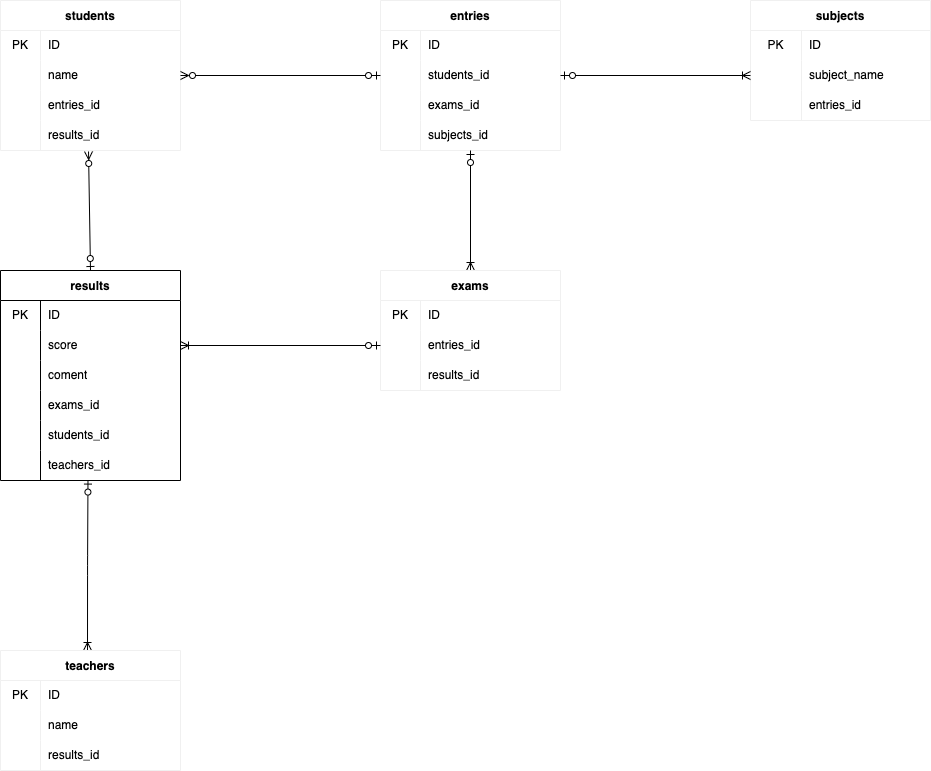
Earlier version of the draw.io export index.drawio.png (miharashiya/er-practice). Source tidied: cells renumbered, new cells last; positions are measured from the earlier drawing's top-left corner, leaving out a move shared by most shapes.
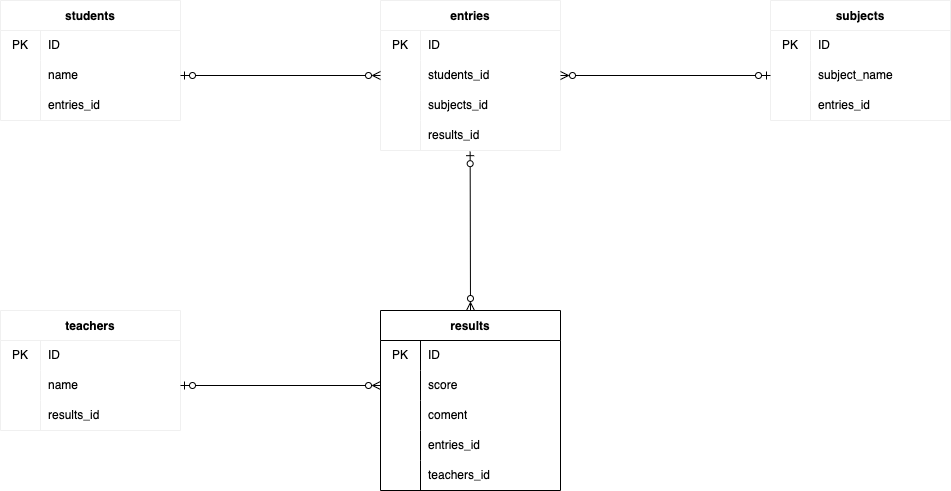
Later version of the same file.

Commit message:
リレーション、カーディナリティの修正

Change to the diagram source:
```diff
@@ -15,7 +15,7 @@
       </mxGeometry>
     </mxCell>
     <mxCell id="4" value="students" style="shape=table;startSize=30;rowLines=0;fontStyle=1;strokeColor=#F0F0F0;rounded=0;" parent="1" vertex="1">
-      <mxGeometry width="180" height="150" as="geometry" />
+      <mxGeometry width="180" height="120" as="geometry" />
     </mxCell>
     <mxCell id="5" style="shape=tableRow;horizontal=0;startSize=0;swimlaneHead=0;swimlaneBody=0;top=0;left=0;bottom=0;right=0;fillColor=none;strokeColor=#F0F0F0;rounded=0;swimlaneFillColor=default;" parent="4" vertex="1">
       <mxGeometry y="30" width="180" height="30" as="geometry" />
@@ -44,15 +44,6 @@
     <mxCell id="13" value="entries_id" style="shape=partialRectangle;html=1;whiteSpace=wrap;fillColor=none;top=0;left=0;bottom=0;right=0;align=left;spacingLeft=6;overflow=hidden;strokeColor=#F0F0F0;rounded=0;" parent="11" vertex="1">
       <mxGeometry x="40" width="140" height="30" as="geometry" />
     </mxCell>
-    <mxCell id="14" style="shape=tableRow;horizontal=0;startSize=0;swimlaneHead=0;swimlaneBody=0;top=0;left=0;bottom=0;right=0;fillColor=none;points=[[0,0.5],[1,0.5]];portConstraint=eastwest;strokeColor=#F0F0F0;rounded=0;" parent="4" vertex="1">
-      <mxGeometry y="120" width="180" height="30" as="geometry" />
-    </mxCell>
-    <mxCell id="15" style="shape=partialRectangle;html=1;whiteSpace=wrap;fillColor=none;top=0;left=0;bottom=0;right=0;overflow=hidden;strokeColor=#F0F0F0;rounded=0;" parent="14" vertex="1">
-      <mxGeometry width="40" height="30" as="geometry" />
-    </mxCell>
-    <mxCell id="16" value="results_id" style="shape=partialRectangle;html=1;whiteSpace=wrap;fillColor=none;top=0;left=0;bottom=0;right=0;align=left;spacingLeft=6;overflow=hidden;strokeColor=#F0F0F0;rounded=0;" parent="14" vertex="1">
-      <mxGeometry x="40" width="140" height="30" as="geometry" />
-    </mxCell>
     <mxCell id="17" value="entries" style="shape=table;startSize=30;rowLines=0;fontStyle=1;strokeColor=#F0F0F0;rounded=0;" parent="1" vertex="1">
       <mxGeometry x="380" width="180" height="150" as="geometry" />
     </mxCell>
@@ -74,94 +65,56 @@
     <mxCell id="23" value="students_id" style="shape=partialRectangle;html=1;whiteSpace=wrap;fillColor=none;top=0;left=0;bottom=0;right=0;align=left;spacingLeft=6;overflow=hidden;strokeColor=#F0F0F0;rounded=0;" parent="21" vertex="1">
       <mxGeometry x="40" width="140" height="30" as="geometry" />
     </mxCell>
-    <mxCell id="24" style="shape=tableRow;horizontal=0;startSize=0;swimlaneHead=0;swimlaneBody=0;top=0;left=0;bottom=0;right=0;fillColor=none;strokeColor=#F0F0F0;rounded=0;" parent="17" vertex="1">
-      <mxGeometry y="90" width="180" height="30" as="geometry" />
-    </mxCell>
-    <mxCell id="25" style="shape=partialRectangle;html=1;whiteSpace=wrap;fillColor=none;top=0;left=0;bottom=0;right=0;overflow=hidden;strokeColor=#F0F0F0;rounded=0;" parent="24" vertex="1">
-      <mxGeometry width="40" height="30" as="geometry" />
-    </mxCell>
-    <mxCell id="26" value="exams_id" style="shape=partialRectangle;html=1;whiteSpace=wrap;fillColor=none;top=0;left=0;bottom=0;right=0;align=left;spacingLeft=6;overflow=hidden;strokeColor=#F0F0F0;rounded=0;" parent="24" vertex="1">
-      <mxGeometry x="40" width="140" height="30" as="geometry" />
-    </mxCell>
-    <mxCell id="27" style="shape=tableRow;horizontal=0;startSize=0;swimlaneHead=0;swimlaneBody=0;top=0;left=0;bottom=0;right=0;fillColor=none;strokeColor=#F0F0F0;rounded=0;" parent="17" vertex="1">
-      <mxGeometry y="120" width="180" height="30" as="geometry" />
-    </mxCell>
-    <mxCell id="28" style="shape=partialRectangle;html=1;whiteSpace=wrap;fillColor=none;top=0;left=0;bottom=0;right=0;overflow=hidden;strokeColor=#F0F0F0;rounded=0;" parent="27" vertex="1">
-      <mxGeometry width="40" height="30" as="geometry" />
-    </mxCell>
+    <mxCell id="85" style="shape=tableRow;horizontal=0;startSize=0;swimlaneHead=0;swimlaneBody=0;top=0;left=0;bottom=0;right=0;fillColor=none;strokeColor=#F0F0F0;rounded=0;" parent="17" vertex="1">
+      <mxGeometry y="90" width="180" height="30" as="geometry" />
+    </mxCell>
+    <mxCell id="86" style="shape=partialRectangle;html=1;whiteSpace=wrap;fillColor=none;top=0;left=0;bottom=0;right=0;overflow=hidden;strokeColor=#F0F0F0;rounded=0;" parent="85" vertex="1">
+      <mxGeometry width="40" height="30" as="geometry" />
+    </mxCell>
-    <mxCell id="29" value="subjects_id" style="shape=partialRectangle;html=1;whiteSpace=wrap;fillColor=none;top=0;left=0;bottom=0;right=0;align=left;spacingLeft=6;overflow=hidden;strokeColor=#F0F0F0;rounded=0;" parent="27" vertex="1">
+    <mxCell id="29" value="subjects_id" style="shape=partialRectangle;html=1;whiteSpace=wrap;fillColor=none;top=0;left=0;bottom=0;right=0;align=left;spacingLeft=6;overflow=hidden;strokeColor=#F0F0F0;rounded=0;" parent="85" vertex="1">
       <mxGeometry x="40" width="140" height="30" as="geometry" />
     </mxCell>
+    <mxCell id="87" style="shape=tableRow;horizontal=0;startSize=0;swimlaneHead=0;swimlaneBody=0;top=0;left=0;bottom=0;right=0;fillColor=none;points=[[0,0.5],[1,0.5]];portConstraint=eastwest;strokeColor=#F0F0F0;rounded=0;" parent="17" vertex="1">
+      <mxGeometry y="120" width="180" height="30" as="geometry" />
+    </mxCell>
+    <mxCell id="88" style="shape=partialRectangle;html=1;whiteSpace=wrap;fillColor=none;top=0;left=0;bottom=0;right=0;overflow=hidden;strokeColor=#F0F0F0;rounded=0;" parent="87" vertex="1">
+      <mxGeometry width="40" height="30" as="geometry" />
+    </mxCell>
+    <mxCell id="89" value="results_id" style="shape=partialRectangle;html=1;whiteSpace=wrap;fillColor=none;top=0;left=0;bottom=0;right=0;align=left;spacingLeft=6;overflow=hidden;strokeColor=#F0F0F0;rounded=0;" parent="87" vertex="1">
+      <mxGeometry x="40" width="140" height="30" as="geometry" />
+    </mxCell>
     <mxCell id="30" value="subjects" style="shape=table;startSize=30;rowLines=0;fontStyle=1;strokeColor=#F0F0F0;rounded=0;" parent="1" vertex="1">
-      <mxGeometry x="750" width="180" height="120" as="geometry" />
+      <mxGeometry x="770" width="180" height="120" as="geometry" />
     </mxCell>
     <mxCell id="31" style="shape=tableRow;horizontal=0;startSize=0;swimlaneHead=0;swimlaneBody=0;top=0;left=0;bottom=0;right=0;fillColor=none;strokeColor=#F0F0F0;rounded=0;" parent="30" vertex="1">
       <mxGeometry y="30" width="180" height="30" as="geometry" />
     </mxCell>
     <mxCell id="32" value="PK" style="shape=partialRectangle;html=1;whiteSpace=wrap;fillColor=none;top=0;left=0;bottom=0;right=0;overflow=hidden;strokeColor=#F0F0F0;rounded=0;" parent="31" vertex="1">
-      <mxGeometry width="51" height="30" as="geometry" />
+      <mxGeometry width="40" height="30" as="geometry" />
     </mxCell>
     <mxCell id="33" value="ID" style="shape=partialRectangle;html=1;whiteSpace=wrap;fillColor=none;top=0;left=0;bottom=0;right=0;align=left;spacingLeft=6;overflow=hidden;strokeColor=#F0F0F0;rounded=0;" parent="31" vertex="1">
-      <mxGeometry x="51" width="129" height="30" as="geometry" />
+      <mxGeometry x="40" width="140" height="30" as="geometry" />
     </mxCell>
     <mxCell id="34" style="shape=tableRow;horizontal=0;startSize=0;swimlaneHead=0;swimlaneBody=0;top=0;left=0;bottom=0;right=0;fillColor=none;points=[[0,0.5],[1,0.5]];portConstraint=eastwest;strokeColor=#F0F0F0;rounded=0;" parent="30" vertex="1">
       <mxGeometry y="60" width="180" height="30" as="geometry" />
     </mxCell>
     <mxCell id="35" style="shape=partialRectangle;html=1;whiteSpace=wrap;fillColor=none;top=0;left=0;bottom=0;right=0;overflow=hidden;strokeColor=#F0F0F0;rounded=0;" parent="34" vertex="1">
-      <mxGeometry width="51" height="30" as="geometry" />
+      <mxGeometry width="40" height="30" as="geometry" />
     </mxCell>
     <mxCell id="36" value="subject_name" style="shape=partialRectangle;html=1;whiteSpace=wrap;fillColor=none;top=0;left=0;bottom=0;right=0;align=left;spacingLeft=6;overflow=hidden;strokeColor=#F0F0F0;rounded=0;" parent="34" vertex="1">
-      <mxGeometry x="51" width="129" height="30" as="geometry" />
+      <mxGeometry x="40" width="140" height="30" as="geometry" />
     </mxCell>
     <mxCell id="37" style="shape=tableRow;horizontal=0;startSize=0;swimlaneHead=0;swimlaneBody=0;top=0;left=0;bottom=0;right=0;fillColor=none;strokeColor=#F0F0F0;rounded=0;" parent="30" vertex="1">
       <mxGeometry y="90" width="180" height="30" as="geometry" />
     </mxCell>
     <mxCell id="38" style="shape=partialRectangle;html=1;whiteSpace=wrap;fillColor=none;top=0;left=0;bottom=0;right=0;overflow=hidden;strokeColor=#F0F0F0;rounded=0;" parent="37" vertex="1">
-      <mxGeometry width="51" height="30" as="geometry" />
+      <mxGeometry width="40" height="30" as="geometry" />
     </mxCell>
     <mxCell id="39" value="entries_id" style="shape=partialRectangle;html=1;whiteSpace=wrap;fillColor=none;top=0;left=0;bottom=0;right=0;align=left;spacingLeft=6;overflow=hidden;strokeColor=#F0F0F0;rounded=0;" parent="37" vertex="1">
-      <mxGeometry x="51" width="129" height="30" as="geometry" />
+      <mxGeometry x="40" width="140" height="30" as="geometry" />
     </mxCell>
-    <mxCell id="40" style="edgeStyle=none;html=1;exitX=0.5;exitY=0;exitDx=0;exitDy=0;entryX=0.5;entryY=1;entryDx=0;entryDy=0;startArrow=ERoneToMany;startFill=0;endArrow=ERzeroToOne;endFill=0;" parent="1" edge="1" source="41" target="17">
-      <mxGeometry relative="1" as="geometry" />
-    </mxCell>
-    <mxCell id="41" value="exams" style="shape=table;startSize=30;rowLines=0;fontStyle=1;strokeColor=#F0F0F0;rounded=0;" parent="1" vertex="1">
-      <mxGeometry x="380" y="270" width="180" height="120" as="geometry" />
-    </mxCell>
-    <mxCell id="42" style="shape=tableRow;horizontal=0;startSize=0;swimlaneHead=0;swimlaneBody=0;top=0;left=0;bottom=0;right=0;fillColor=none;strokeColor=#F0F0F0;rounded=0;" parent="41" vertex="1">
-      <mxGeometry y="30" width="180" height="30" as="geometry" />
-    </mxCell>
-    <mxCell id="43" value="PK" style="shape=partialRectangle;html=1;whiteSpace=wrap;fillColor=none;top=0;left=0;bottom=0;right=0;overflow=hidden;strokeColor=#F0F0F0;rounded=0;" parent="42" vertex="1">
-      <mxGeometry width="40" height="30" as="geometry" />
-    </mxCell>
-    <mxCell id="44" value="ID" style="shape=partialRectangle;html=1;whiteSpace=wrap;fillColor=none;top=0;left=0;bottom=0;right=0;align=left;spacingLeft=6;overflow=hidden;strokeColor=#F0F0F0;rounded=0;" parent="42" vertex="1">
-      <mxGeometry x="40" width="140" height="30" as="geometry" />
-    </mxCell>
-    <mxCell id="45" style="shape=tableRow;horizontal=0;startSize=0;swimlaneHead=0;swimlaneBody=0;top=0;left=0;bottom=0;right=0;fillColor=none;points=[[0,0.5],[1,0.5]];portConstraint=eastwest;strokeColor=#F0F0F0;rounded=0;" parent="41" vertex="1">
-      <mxGeometry y="60" width="180" height="30" as="geometry" />
-    </mxCell>
-    <mxCell id="46" style="shape=partialRectangle;html=1;whiteSpace=wrap;fillColor=none;top=0;left=0;bottom=0;right=0;overflow=hidden;strokeColor=#F0F0F0;rounded=0;" parent="45" vertex="1">
-      <mxGeometry width="40" height="30" as="geometry" />
-    </mxCell>
-    <mxCell id="47" value="entries_id" style="shape=partialRectangle;html=1;whiteSpace=wrap;fillColor=none;top=0;left=0;bottom=0;right=0;align=left;spacingLeft=6;overflow=hidden;strokeColor=#F0F0F0;rounded=0;" parent="45" vertex="1">
-      <mxGeometry x="40" width="140" height="30" as="geometry" />
-    </mxCell>
-    <mxCell id="48" style="shape=tableRow;horizontal=0;startSize=0;swimlaneHead=0;swimlaneBody=0;top=0;left=0;bottom=0;right=0;fillColor=none;strokeColor=#F0F0F0;rounded=0;" parent="41" vertex="1">
-      <mxGeometry y="90" width="180" height="30" as="geometry" />
-    </mxCell>
-    <mxCell id="49" style="shape=partialRectangle;html=1;whiteSpace=wrap;fillColor=none;top=0;left=0;bottom=0;right=0;overflow=hidden;strokeColor=#F0F0F0;rounded=0;" parent="48" vertex="1">
-      <mxGeometry width="40" height="30" as="geometry" />
-    </mxCell>
-    <mxCell id="50" value="results_id" style="shape=partialRectangle;html=1;whiteSpace=wrap;fillColor=none;top=0;left=0;bottom=0;right=0;align=left;spacingLeft=6;overflow=hidden;strokeColor=#F0F0F0;rounded=0;" parent="48" vertex="1">
-      <mxGeometry x="40" width="140" height="30" as="geometry" />
-    </mxCell>
-    <mxCell id="51" style="edgeStyle=orthogonalEdgeStyle;html=1;startArrow=ERoneToMany;startFill=0;endArrow=ERzeroToOne;endFill=0;entryX=0.486;entryY=0.986;entryDx=0;entryDy=0;entryPerimeter=0;" parent="1" edge="1" target="81">
-      <mxGeometry relative="1" as="geometry">
-        <mxPoint x="87" y="650" as="sourcePoint" />
-      </mxGeometry>
-    </mxCell>
     <mxCell id="52" value="teachers" style="shape=table;startSize=30;rowLines=0;fontStyle=1;strokeColor=#F0F0F0;rounded=0;" parent="1" vertex="1">
-      <mxGeometry y="650" width="180" height="120" as="geometry" />
+      <mxGeometry y="310" width="180" height="120" as="geometry" />
     </mxCell>
     <mxCell id="53" style="shape=tableRow;horizontal=0;startSize=0;swimlaneHead=0;swimlaneBody=0;top=0;left=0;bottom=0;right=0;fillColor=none;strokeColor=#F0F0F0;rounded=0;" parent="52" vertex="1">
       <mxGeometry y="30" width="180" height="30" as="geometry" />
@@ -190,19 +143,20 @@
     <mxCell id="61" value="results_id" style="shape=partialRectangle;html=1;whiteSpace=wrap;fillColor=none;top=0;left=0;bottom=0;right=0;align=left;spacingLeft=6;overflow=hidden;strokeColor=#F0F0F0;rounded=0;" parent="59" vertex="1">
       <mxGeometry x="40" width="140" height="30" as="geometry" />
     </mxCell>
-    <mxCell id="62" style="edgeStyle=none;html=1;exitX=0.5;exitY=0;exitDx=0;exitDy=0;entryX=0.489;entryY=1.033;entryDx=0;entryDy=0;entryPerimeter=0;startArrow=ERzeroToOne;startFill=0;endArrow=ERzeroToMany;endFill=0;" parent="1" edge="1" target="14">
-      <mxGeometry relative="1" as="geometry">
-        <mxPoint x="90" y="270" as="sourcePoint" />
-      </mxGeometry>
-    </mxCell>
-    <mxCell id="63" style="edgeStyle=none;html=1;exitX=1;exitY=0.5;exitDx=0;exitDy=0;entryX=0;entryY=0.5;entryDx=0;entryDy=0;startArrow=ERzeroToMany;startFill=0;endArrow=ERzeroToOne;endFill=0;" parent="1" edge="1" source="8" target="21">
+    <mxCell id="63" style="edgeStyle=none;html=1;exitX=1;exitY=0.5;exitDx=0;exitDy=0;entryX=0;entryY=0.5;entryDx=0;entryDy=0;startArrow=ERzeroToOne;startFill=0;endArrow=ERzeroToMany;endFill=0;" parent="1" edge="1" source="8" target="21">
       <mxGeometry relative="1" as="geometry" />
     </mxCell>
-    <mxCell id="64" style="edgeStyle=none;html=1;exitX=1;exitY=0.5;exitDx=0;exitDy=0;entryX=0;entryY=0.5;entryDx=0;entryDy=0;startArrow=ERzeroToOne;startFill=0;endArrow=ERoneToMany;endFill=0;" parent="1" edge="1" source="21" target="34">
+    <mxCell id="64" style="edgeStyle=none;html=1;exitX=1;exitY=0.5;exitDx=0;exitDy=0;entryX=0;entryY=0.5;entryDx=0;entryDy=0;startArrow=ERzeroToMany;startFill=0;endArrow=ERzeroToOne;endFill=0;" parent="1" edge="1" source="21" target="34">
       <mxGeometry relative="1" as="geometry" />
     </mxCell>
+    <mxCell id="90" style="edgeStyle=none;html=1;exitX=0.5;exitY=0;exitDx=0;exitDy=0;entryX=0.492;entryY=1.039;entryDx=0;entryDy=0;entryPerimeter=0;startArrow=ERzeroToMany;startFill=0;endArrow=ERzeroToOne;endFill=0;" parent="1" edge="1" source="65" target="x">
+      <mxGeometry relative="1" as="geometry" />
+    </mxCell>
+    <mxCell id="91" style="edgeStyle=none;html=1;exitX=0.5;exitY=0;exitDx=0;exitDy=0;entryX=0.498;entryY=1.039;entryDx=0;entryDy=0;entryPerimeter=0;startArrow=ERzeroToMany;startFill=0;endArrow=ERzeroToOne;endFill=0;" parent="1" edge="1" source="65" target="87">
+      <mxGeometry relative="1" as="geometry" />
+    </mxCell>
     <mxCell id="65" value="results" style="shape=table;startSize=30;rowLines=0;fontStyle=1;" parent="1" vertex="1">
-      <mxGeometry y="270" width="180" height="210" as="geometry" />
+      <mxGeometry x="380" y="310" width="180" height="180" as="geometry" />
     </mxCell>
     <mxCell id="66" style="shape=tableRow;horizontal=0;startSize=0;swimlaneHead=0;swimlaneBody=0;top=0;left=0;bottom=0;right=0;fillColor=none;" parent="65" vertex="1">
       <mxGeometry y="30" width="180" height="30" as="geometry" />
@@ -234,23 +188,14 @@
     <mxCell id="75" style="shape=tableRow;horizontal=0;startSize=0;swimlaneHead=0;swimlaneBody=0;top=0;left=0;bottom=0;right=0;fillColor=none;" parent="65" vertex="1">
       <mxGeometry y="120" width="180" height="30" as="geometry" />
     </mxCell>
-    <mxCell id="76" style="shape=partialRectangle;html=1;whiteSpace=wrap;fillColor=none;top=0;left=0;bottom=0;right=0;overflow=hidden;" parent="75" vertex="1">
-      <mxGeometry width="40" height="30" as="geometry" />
-    </mxCell>
-    <mxCell id="77" value="exams_id" style="shape=partialRectangle;html=1;whiteSpace=wrap;fillColor=none;top=0;left=0;bottom=0;right=0;align=left;spacingLeft=6;overflow=hidden;" parent="75" vertex="1">
-      <mxGeometry x="40" width="140" height="30" as="geometry" />
-    </mxCell>
-    <mxCell id="78" style="shape=tableRow;horizontal=0;startSize=0;swimlaneHead=0;swimlaneBody=0;top=0;left=0;bottom=0;right=0;fillColor=none;" parent="65" vertex="1">
-      <mxGeometry y="150" width="180" height="30" as="geometry" />
-    </mxCell>
-    <mxCell id="79" style="shape=partialRectangle;html=1;whiteSpace=wrap;fillColor=none;top=0;left=0;bottom=0;right=0;overflow=hidden;" parent="78" vertex="1">
-      <mxGeometry width="40" height="30" as="geometry" />
-    </mxCell>
-    <mxCell id="80" value="students_id" style="shape=partialRectangle;html=1;whiteSpace=wrap;fillColor=none;top=0;left=0;bottom=0;right=0;align=left;spacingLeft=6;overflow=hidden;" parent="78" vertex="1">
-      <mxGeometry x="40" width="140" height="30" as="geometry" />
-    </mxCell>
+    <mxCell id="92" style="shape=partialRectangle;html=1;whiteSpace=wrap;fillColor=none;top=0;left=0;bottom=0;right=0;overflow=hidden;" parent="75" vertex="1">
+      <mxGeometry width="40" height="30" as="geometry" />
+    </mxCell>
+    <mxCell id="47" value="entries_id" style="shape=partialRectangle;html=1;whiteSpace=wrap;fillColor=none;top=0;left=0;bottom=0;right=0;align=left;spacingLeft=6;overflow=hidden;" parent="75" vertex="1">
+      <mxGeometry x="40" width="140" height="30" as="geometry" />
+    </mxCell>
     <mxCell id="81" style="shape=tableRow;horizontal=0;startSize=0;swimlaneHead=0;swimlaneBody=0;top=0;left=0;bottom=0;right=0;fillColor=none;points=[[0,0.5],[1,0.5]];portConstraint=eastwest;" parent="65" vertex="1">
-      <mxGeometry y="180" width="180" height="30" as="geometry" />
+      <mxGeometry y="150" width="180" height="30" as="geometry" />
     </mxCell>
     <mxCell id="82" style="shape=partialRectangle;html=1;whiteSpace=wrap;fillColor=none;top=0;left=0;bottom=0;right=0;overflow=hidden;" parent="81" vertex="1">
       <mxGeometry width="40" height="30" as="geometry" />
@@ -258,8 +203,8 @@
     <mxCell id="83" value="teachers_id" style="shape=partialRectangle;html=1;whiteSpace=wrap;fillColor=none;top=0;left=0;bottom=0;right=0;align=left;spacingLeft=6;overflow=hidden;" parent="81" vertex="1">
       <mxGeometry x="40" width="140" height="30" as="geometry" />
     </mxCell>
-    <mxCell id="84" style="edgeStyle=none;html=1;exitX=1;exitY=0.5;exitDx=0;exitDy=0;entryX=0;entryY=0.5;entryDx=0;entryDy=0;startArrow=ERoneToMany;startFill=0;endArrow=ERzeroToOne;endFill=0;" parent="1" edge="1" source="69" target="45">
-      <mxGeometry relative="1" as="geometry" />
-    </mxCell>
+    <mxCell id="93" style="edgeStyle=none;html=1;exitX=1;exitY=0.5;exitDx=0;exitDy=0;entryX=0;entryY=0.5;entryDx=0;entryDy=0;startArrow=ERzeroToOne;startFill=0;endArrow=ERzeroToMany;endFill=0;" parent="1" edge="1" source="56" target="69">
+      <mxGeometry relative="1" as="geometry" />
+    </mxCell>
   </root>
 </mxGraphModel>
```
